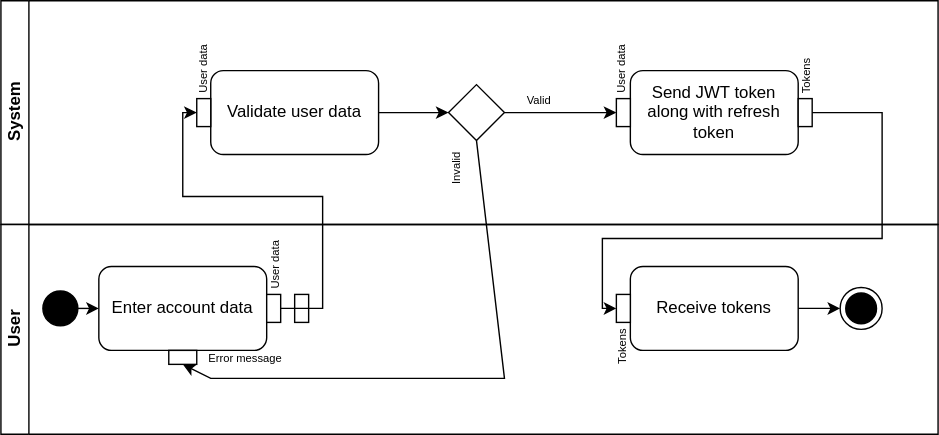
Earlier version of the draw.io export Diagram/Activity/Login.svg (Davidemad24/WisdomSystem). Source tidied: cells renumbered, new cells last; positions are measured from the earlier drawing's top-left corner, leaving out a move shared by most shapes.
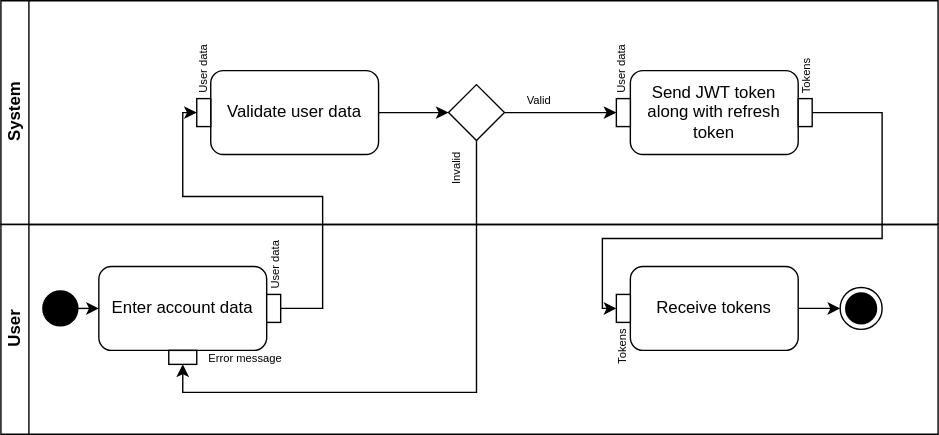
Later version of the same file.

What changed in the source:
```diff
@@ -2,9 +2,6 @@
   <root>
     <mxCell id="0" />
     <mxCell id="1" parent="0" />
-    <mxCell id="2" style="rounded=0;whiteSpace=wrap;html=1;" parent="1" vertex="1">
-      <mxGeometry x="210" y="210" width="10" height="20" as="geometry" />
-    </mxCell>
     <mxCell id="3" style="swimlane;html=1;horizontal=0;startSize=0;strokeColor=#FFFFFF;opacity=0;" parent="1" vertex="1">
       <mxGeometry width="670" height="310" as="geometry" />
     </mxCell>
@@ -103,8 +100,8 @@
     <mxCell id="32" style="endArrow=classic;html=1;rounded=0;exitX=0.5;exitY=1;exitDx=0;exitDy=0;entryX=1;entryY=0.5;entryDx=0;entryDy=0;" parent="3" edge="1" source="8" target="24">
       <mxGeometry relative="1" as="geometry">
         <Array as="points">
-          <mxPoint x="360" y="270" />
-          <mxPoint x="150" y="270" />
+          <mxPoint x="340" y="280" />
+          <mxPoint x="130" y="280" />
         </Array>
       </mxGeometry>
     </mxCell>
```
